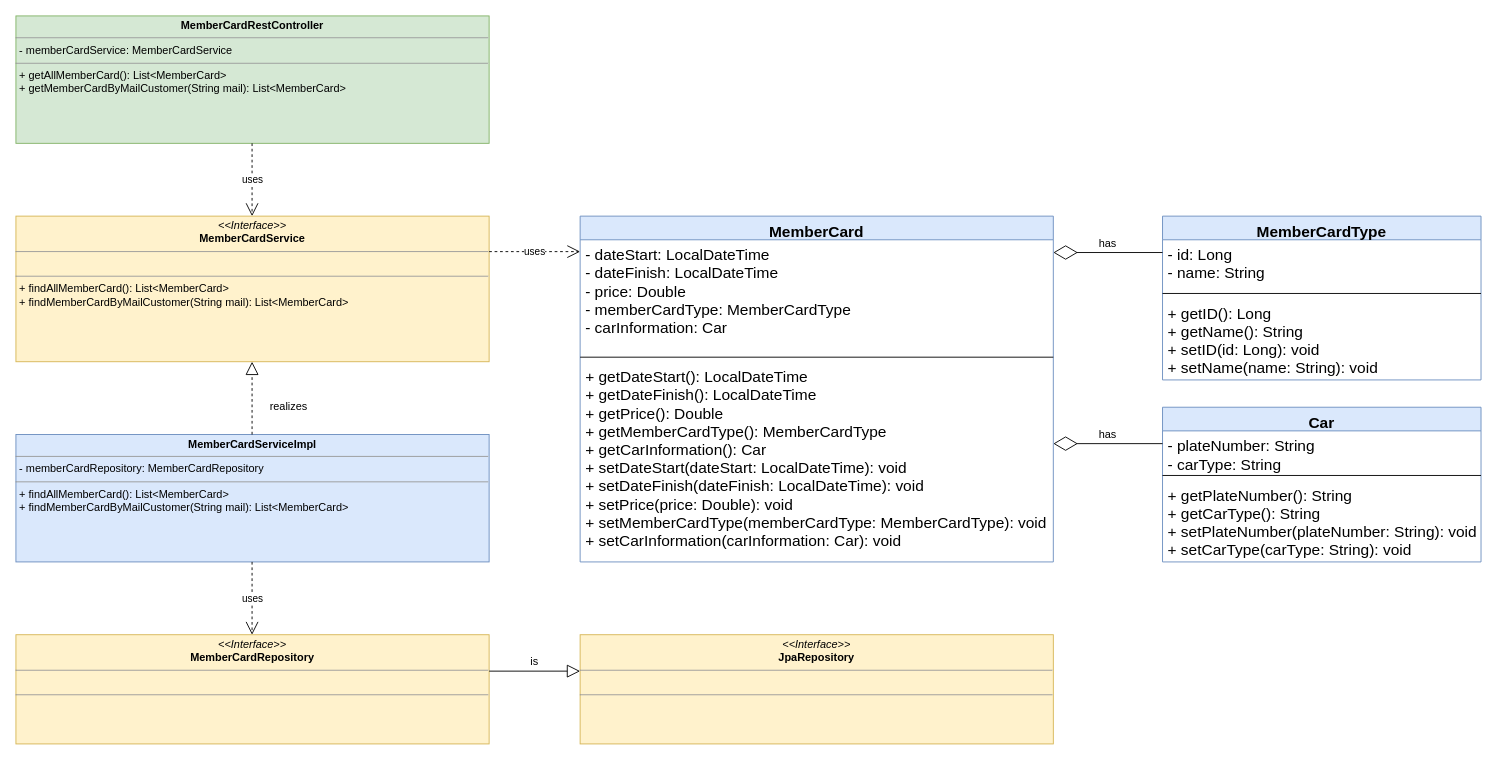
This is module6/sprint-2/create_details_design/class-diagram.drawio from chauluong1995/C0620G1-LuongPhuChau, a draw.io file, before an edit. Source tidied: cells renumbered, new cells numbered last; positions are measured from the earlier drawing's top-left corner, leaving out a move shared by most shapes. Both pictures are drawn from the tidied source at 91%, with x=0, y=0 at pixel (15, 15).
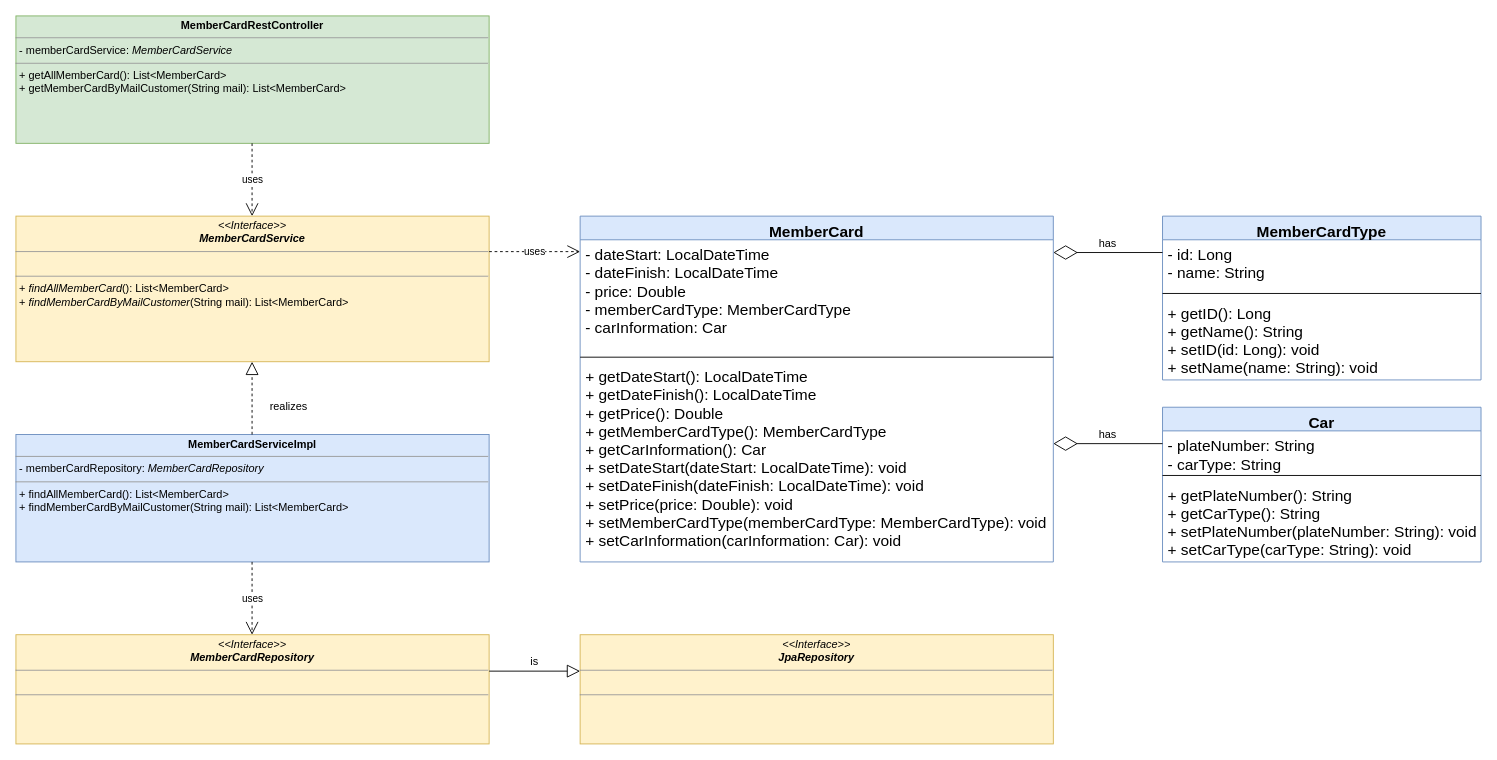
The same diagram, later.

Change to the diagram source:
```diff
@@
-    <mxCell id="16" value="&lt;p style=&quot;margin: 0px ; margin-top: 4px ; text-align: center&quot;&gt;&lt;i&gt;&amp;lt;&amp;lt;Interface&amp;gt;&amp;gt;&lt;/i&gt;&lt;br&gt;&lt;b&gt;MemberCardService&lt;/b&gt;&lt;/p&gt;&lt;hr size=&quot;1&quot;&gt;&lt;p style=&quot;margin: 0px ; margin-left: 4px&quot;&gt;&lt;br&gt;&lt;/p&gt;&lt;hr size=&quot;1&quot;&gt;&lt;p style=&quot;margin: 0px ; margin-left: 4px&quot;&gt;+ findAllMemberCard(): List&amp;lt;MemberCard&amp;gt;&lt;br&gt;+ findMemberCardByMailCustomer(String mail): List&amp;lt;MemberCard&amp;gt;&lt;/p&gt;" style="verticalAlign=top;align=left;overflow=fill;fontSize=12;fontFamily=Helvetica;html=1;fillColor=#fff2cc;strokeColor=#d6b656;" parent="1" vertex="1">
+    <mxCell id="16" value="&lt;p style=&quot;margin: 0px ; margin-top: 4px ; text-align: center&quot;&gt;&lt;i&gt;&amp;lt;&amp;lt;Interface&amp;gt;&amp;gt;&lt;/i&gt;&lt;br&gt;&lt;b&gt;&lt;i&gt;MemberCardService&lt;/i&gt;&lt;/b&gt;&lt;/p&gt;&lt;hr size=&quot;1&quot;&gt;&lt;p style=&quot;margin: 0px ; margin-left: 4px&quot;&gt;&lt;br&gt;&lt;/p&gt;&lt;hr size=&quot;1&quot;&gt;&lt;p style=&quot;margin: 0px ; margin-left: 4px&quot;&gt;+ &lt;i&gt;findAllMemberCard&lt;/i&gt;(): List&amp;lt;MemberCard&amp;gt;&lt;br&gt;+ &lt;i&gt;findMemberCardByMailCustomer&lt;/i&gt;(String mail): List&amp;lt;MemberCard&amp;gt;&lt;/p&gt;" style="verticalAlign=top;align=left;overflow=fill;fontSize=12;fontFamily=Helvetica;html=1;fillColor=#fff2cc;strokeColor=#d6b656;" parent="1" vertex="1">
       <mxGeometry y="220" width="520" height="160" as="geometry" />
     </mxCell>
@@
-    <mxCell id="19" value="&lt;p style=&quot;margin: 0px ; margin-top: 4px ; text-align: center&quot;&gt;&lt;b&gt;MemberCardServiceImpl&lt;/b&gt;&lt;/p&gt;&lt;hr size=&quot;1&quot;&gt;&lt;p style=&quot;margin: 0px ; margin-left: 4px&quot;&gt;- memberCardRepository: MemberCardRepository&lt;/p&gt;&lt;hr size=&quot;1&quot;&gt;&lt;p style=&quot;margin: 0px ; margin-left: 4px&quot;&gt;+ findAllMemberCard(): List&amp;lt;MemberCard&amp;gt;&lt;br&gt;+ findMemberCardByMailCustomer(String mail): List&amp;lt;MemberCard&amp;gt;&lt;/p&gt;" style="verticalAlign=top;align=left;overflow=fill;fontSize=12;fontFamily=Helvetica;html=1;fillColor=#dae8fc;strokeColor=#6c8ebf;" parent="1" vertex="1">
+    <mxCell id="19" value="&lt;p style=&quot;margin: 0px ; margin-top: 4px ; text-align: center&quot;&gt;&lt;b&gt;MemberCardServiceImpl&lt;/b&gt;&lt;/p&gt;&lt;hr size=&quot;1&quot;&gt;&lt;p style=&quot;margin: 0px ; margin-left: 4px&quot;&gt;- memberCardRepository: &lt;i&gt;MemberCardRepository&lt;/i&gt;&lt;/p&gt;&lt;hr size=&quot;1&quot;&gt;&lt;p style=&quot;margin: 0px ; margin-left: 4px&quot;&gt;+ findAllMemberCard(): List&amp;lt;MemberCard&amp;gt;&lt;br&gt;+ findMemberCardByMailCustomer(String mail): List&amp;lt;MemberCard&amp;gt;&lt;/p&gt;" style="verticalAlign=top;align=left;overflow=fill;fontSize=12;fontFamily=Helvetica;html=1;fillColor=#dae8fc;strokeColor=#6c8ebf;" parent="1" vertex="1">
       <mxGeometry y="460" width="520" height="140" as="geometry" />
     </mxCell>
@@
-    <mxCell id="22" value="&lt;p style=&quot;margin: 0px ; margin-top: 4px ; text-align: center&quot;&gt;&lt;i&gt;&amp;lt;&amp;lt;Interface&amp;gt;&amp;gt;&lt;/i&gt;&lt;br&gt;&lt;b&gt;MemberCardRepository&lt;/b&gt;&lt;/p&gt;&lt;hr size=&quot;1&quot;&gt;&lt;p style=&quot;margin: 0px ; margin-left: 4px&quot;&gt;&lt;br&gt;&lt;/p&gt;&lt;hr size=&quot;1&quot;&gt;&lt;p style=&quot;margin: 0px ; margin-left: 4px&quot;&gt;&lt;br&gt;&lt;/p&gt;" style="verticalAlign=top;align=left;overflow=fill;fontSize=12;fontFamily=Helvetica;html=1;fillColor=#fff2cc;strokeColor=#d6b656;" parent="1" vertex="1">
+    <mxCell id="22" value="&lt;p style=&quot;margin: 0px ; margin-top: 4px ; text-align: center&quot;&gt;&lt;i&gt;&amp;lt;&amp;lt;Interface&amp;gt;&amp;gt;&lt;/i&gt;&lt;br&gt;&lt;b&gt;&lt;i&gt;MemberCardRepository&lt;/i&gt;&lt;/b&gt;&lt;/p&gt;&lt;hr size=&quot;1&quot;&gt;&lt;p style=&quot;margin: 0px ; margin-left: 4px&quot;&gt;&lt;br&gt;&lt;/p&gt;&lt;hr size=&quot;1&quot;&gt;&lt;p style=&quot;margin: 0px ; margin-left: 4px&quot;&gt;&lt;br&gt;&lt;/p&gt;" style="verticalAlign=top;align=left;overflow=fill;fontSize=12;fontFamily=Helvetica;html=1;fillColor=#fff2cc;strokeColor=#d6b656;" parent="1" vertex="1">
       <mxGeometry y="680" width="520" height="120" as="geometry" />
     </mxCell>
@@
-    <mxCell id="24" value="&lt;p style=&quot;margin: 0px ; margin-top: 4px ; text-align: center&quot;&gt;&lt;i&gt;&amp;lt;&amp;lt;Interface&amp;gt;&amp;gt;&lt;/i&gt;&lt;br&gt;&lt;b&gt;JpaRepository&lt;/b&gt;&lt;/p&gt;&lt;hr size=&quot;1&quot;&gt;&lt;p style=&quot;margin: 0px ; margin-left: 4px&quot;&gt;&lt;br&gt;&lt;/p&gt;&lt;hr size=&quot;1&quot;&gt;&lt;p style=&quot;margin: 0px ; margin-left: 4px&quot;&gt;&lt;br&gt;&lt;/p&gt;" style="verticalAlign=top;align=left;overflow=fill;fontSize=12;fontFamily=Helvetica;html=1;fillColor=#fff2cc;strokeColor=#d6b656;" parent="1" vertex="1">
+    <mxCell id="24" value="&lt;p style=&quot;margin: 0px ; margin-top: 4px ; text-align: center&quot;&gt;&lt;i&gt;&amp;lt;&amp;lt;Interface&amp;gt;&amp;gt;&lt;/i&gt;&lt;br&gt;&lt;b&gt;&lt;i&gt;JpaRepository&lt;/i&gt;&lt;/b&gt;&lt;/p&gt;&lt;hr size=&quot;1&quot;&gt;&lt;p style=&quot;margin: 0px ; margin-left: 4px&quot;&gt;&lt;br&gt;&lt;/p&gt;&lt;hr size=&quot;1&quot;&gt;&lt;p style=&quot;margin: 0px ; margin-left: 4px&quot;&gt;&lt;br&gt;&lt;/p&gt;" style="verticalAlign=top;align=left;overflow=fill;fontSize=12;fontFamily=Helvetica;html=1;fillColor=#fff2cc;strokeColor=#d6b656;" parent="1" vertex="1">
       <mxGeometry x="620" y="680" width="520" height="120" as="geometry" />
     </mxCell>
@@
-    <mxCell id="27" value="&lt;p style=&quot;margin: 0px ; margin-top: 4px ; text-align: center&quot;&gt;&lt;b&gt;MemberCardRestController&lt;/b&gt;&lt;/p&gt;&lt;hr size=&quot;1&quot;&gt;&lt;p style=&quot;margin: 0px ; margin-left: 4px&quot;&gt;- memberCardService: MemberCardService&lt;/p&gt;&lt;hr size=&quot;1&quot;&gt;&lt;p style=&quot;margin: 0px ; margin-left: 4px&quot;&gt;+ getAllMemberCard(): List&amp;lt;MemberCard&amp;gt;&lt;br&gt;+ getMemberCardByMailCustomer(String mail): List&amp;lt;MemberCard&amp;gt;&lt;/p&gt;" style="verticalAlign=top;align=left;overflow=fill;fontSize=12;fontFamily=Helvetica;html=1;fillColor=#d5e8d4;strokeColor=#82b366;" parent="1" vertex="1">
+    <mxCell id="27" value="&lt;p style=&quot;margin: 0px ; margin-top: 4px ; text-align: center&quot;&gt;&lt;b&gt;MemberCardRestController&lt;/b&gt;&lt;/p&gt;&lt;hr size=&quot;1&quot;&gt;&lt;p style=&quot;margin: 0px ; margin-left: 4px&quot;&gt;- memberCardService: &lt;i&gt;MemberCardService&lt;/i&gt;&lt;/p&gt;&lt;hr size=&quot;1&quot;&gt;&lt;p style=&quot;margin: 0px ; margin-left: 4px&quot;&gt;+ getAllMemberCard(): List&amp;lt;MemberCard&amp;gt;&lt;br&gt;+ getMemberCardByMailCustomer(String mail): List&amp;lt;MemberCard&amp;gt;&lt;/p&gt;" style="verticalAlign=top;align=left;overflow=fill;fontSize=12;fontFamily=Helvetica;html=1;fillColor=#d5e8d4;strokeColor=#82b366;" parent="1" vertex="1">
       <mxGeometry width="520" height="140" as="geometry" />
     </mxCell>
```
